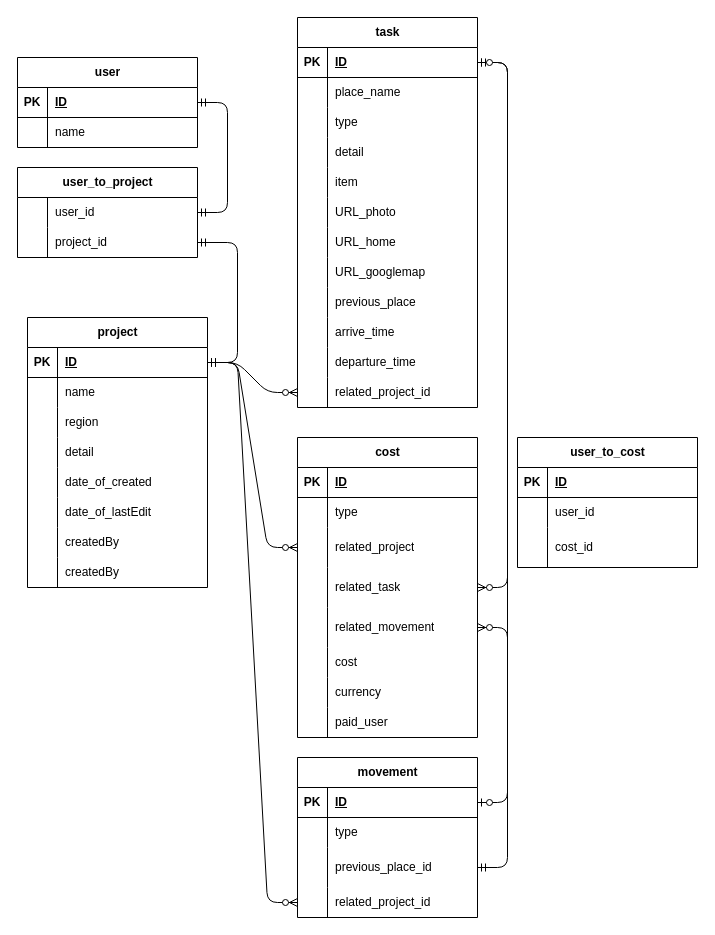
Above: db.drawio in KosukeHiramatsu/solo-MVP (draw.io), before the change. Source tidied: cells renumbered, new cells numbered last; positions are measured from the earlier drawing's top-left corner, leaving out a move shared by most shapes. Both pictures are drawn from the tidied source at 100%, with x=0, y=0 at pixel (17, 17).
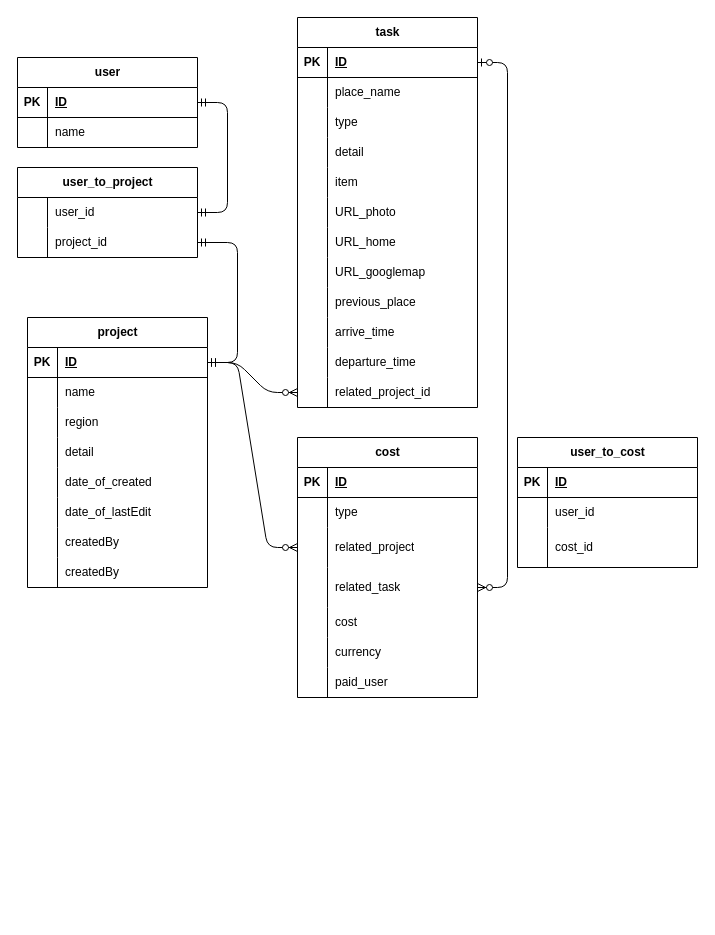
The same diagram, later.

The change refers to these unchanged cells:
```xml
<mxCell id="3" style="shape=tableRow;horizontal=0;startSize=0;swimlaneHead=0;swimlaneBody=0;fillColor=none;points=[[0,0.5],[1,0.5]];portConstraint=eastwest;top=0;left=0;right=0;bottom=1;" parent="2" vertex="1">
  <mxGeometry y="30" width="180" height="30" as="geometry" />
</mxCell>
<mxCell id="28" style="shape=tableRow;horizontal=0;startSize=0;swimlaneHead=0;swimlaneBody=0;fillColor=none;points=[[0,0.5],[1,0.5]];portConstraint=eastwest;top=0;left=0;right=0;bottom=1;" parent="27" vertex="1">
  <mxGeometry y="30" width="180" height="30" as="geometry" />
</mxCell>
```

Diff of the diagram source:
```diff
@@
-    <mxCell id="64" value="movement" style="shape=table;startSize=30;childLayout=tableLayout;rowLines=0;fontStyle=1;align=center;html=1;" parent="1" vertex="1">
-      <mxGeometry x="280" y="740" width="180" height="160" as="geometry" />
-    </mxCell>
-    <mxCell id="65" style="shape=tableRow;horizontal=0;startSize=0;swimlaneHead=0;swimlaneBody=0;fillColor=none;points=[[0,0.5],[1,0.5]];portConstraint=eastwest;top=0;left=0;right=0;bottom=1;" parent="64" vertex="1">
-      <mxGeometry y="30" width="180" height="30" as="geometry" />
-    </mxCell>
-    <mxCell id="66" value="PK" style="shape=partialRectangle;fillColor=none;top=0;left=0;bottom=0;right=0;fontStyle=1;overflow=hidden;whiteSpace=wrap;html=1;" parent="65" vertex="1">
-      <mxGeometry width="30" height="30" as="geometry" />
-    </mxCell>
-    <mxCell id="67" value="ID" style="shape=partialRectangle;fillColor=none;top=0;left=0;bottom=0;right=0;align=left;spacingLeft=6;fontStyle=5;overflow=hidden;whiteSpace=wrap;html=1;" parent="65" vertex="1">
-      <mxGeometry x="30" width="150" height="30" as="geometry" />
-    </mxCell>
-    <mxCell id="68" style="shape=tableRow;horizontal=0;startSize=0;swimlaneHead=0;swimlaneBody=0;fillColor=none;top=0;left=0;right=0;bottom=0;" parent="64" vertex="1">
-      <mxGeometry y="60" width="180" height="30" as="geometry" />
-    </mxCell>
-    <mxCell id="69" style="shape=partialRectangle;fillColor=none;top=0;left=0;bottom=0;right=0;overflow=hidden;whiteSpace=wrap;html=1;" parent="68" vertex="1">
-      <mxGeometry width="30" height="30" as="geometry" />
-    </mxCell>
-    <mxCell id="70" value="type" style="shape=partialRectangle;fillColor=none;top=0;left=0;bottom=0;right=0;align=left;spacingLeft=6;overflow=hidden;whiteSpace=wrap;html=1;" parent="68" vertex="1">
-      <mxGeometry x="30" width="150" height="30" as="geometry" />
-    </mxCell>
-    <mxCell id="71" style="shape=tableRow;horizontal=0;startSize=0;swimlaneHead=0;swimlaneBody=0;fillColor=none;points=[[0,0.5],[1,0.5]];portConstraint=eastwest;top=0;left=0;right=0;bottom=0;" parent="64" vertex="1">
-      <mxGeometry y="90" width="180" height="40" as="geometry" />
-    </mxCell>
-    <mxCell id="72" style="shape=partialRectangle;fillColor=none;top=0;left=0;bottom=0;right=0;overflow=hidden;whiteSpace=wrap;html=1;" parent="71" vertex="1">
-      <mxGeometry width="30" height="40" as="geometry" />
-    </mxCell>
-    <mxCell id="73" value="&lt;span style=&quot;color: rgb(0, 0, 0);&quot;&gt;previous_place_id&lt;/span&gt;" style="shape=partialRectangle;fillColor=none;top=0;left=0;bottom=0;right=0;align=left;spacingLeft=6;overflow=hidden;whiteSpace=wrap;html=1;" parent="71" vertex="1">
-      <mxGeometry x="30" width="150" height="40" as="geometry" />
-    </mxCell>
-    <mxCell id="74" style="shape=tableRow;horizontal=0;startSize=0;swimlaneHead=0;swimlaneBody=0;fillColor=none;points=[[0,0.5],[1,0.5]];portConstraint=eastwest;top=0;left=0;right=0;bottom=0;" parent="64" vertex="1">
-      <mxGeometry y="130" width="180" height="30" as="geometry" />
-    </mxCell>
-    <mxCell id="75" style="shape=partialRectangle;fillColor=none;top=0;left=0;bottom=0;right=0;overflow=hidden;whiteSpace=wrap;html=1;" parent="74" vertex="1">
-      <mxGeometry width="30" height="30" as="geometry" />
-    </mxCell>
-    <mxCell id="76" value="related_project_id" style="shape=partialRectangle;fillColor=none;top=0;left=0;bottom=0;right=0;align=left;spacingLeft=6;overflow=hidden;whiteSpace=wrap;html=1;" parent="74" vertex="1">
-      <mxGeometry x="30" width="150" height="30" as="geometry" />
-    </mxCell>
     <mxCell id="77" value="cost" style="shape=table;startSize=30;childLayout=tableLayout;rowLines=0;fontStyle=1;align=center;html=1;" parent="1" vertex="1">
-      <mxGeometry x="280" y="420" width="180" height="300" as="geometry" />
+      <mxGeometry x="280" y="420" width="180" height="260" as="geometry" />
     </mxCell>
@@
-    <mxCell id="90" style="shape=tableRow;horizontal=0;startSize=0;swimlaneHead=0;swimlaneBody=0;fillColor=none;points=[[0,0.5],[1,0.5]];portConstraint=eastwest;top=0;left=0;right=0;bottom=0;" parent="77" vertex="1">
-      <mxGeometry y="170" width="180" height="40" as="geometry" />
-    </mxCell>
-    <mxCell id="91" style="shape=partialRectangle;fillColor=none;top=0;left=0;bottom=0;right=0;overflow=hidden;whiteSpace=wrap;html=1;" parent="90" vertex="1">
-      <mxGeometry width="30" height="40" as="geometry" />
-    </mxCell>
-    <mxCell id="92" value="&lt;span style=&quot;color: rgb(0, 0, 0);&quot;&gt;related_movement&lt;/span&gt;" style="shape=partialRectangle;fillColor=none;top=0;left=0;bottom=0;right=0;align=left;spacingLeft=6;overflow=hidden;whiteSpace=wrap;html=1;" parent="90" vertex="1">
-      <mxGeometry x="30" width="150" height="40" as="geometry" />
-    </mxCell>
     <mxCell id="93" style="shape=tableRow;horizontal=0;startSize=0;swimlaneHead=0;swimlaneBody=0;fillColor=none;top=0;left=0;right=0;bottom=0;" parent="77" vertex="1">
-      <mxGeometry y="210" width="180" height="30" as="geometry" />
+      <mxGeometry y="170" width="180" height="30" as="geometry" />
     </mxCell>
@@
     <mxCell id="96" style="shape=tableRow;horizontal=0;startSize=0;swimlaneHead=0;swimlaneBody=0;fillColor=none;top=0;left=0;right=0;bottom=0;" parent="77" vertex="1">
-      <mxGeometry y="240" width="180" height="30" as="geometry" />
+      <mxGeometry y="200" width="180" height="30" as="geometry" />
     </mxCell>
@@
     <mxCell id="99" style="shape=tableRow;horizontal=0;startSize=0;swimlaneHead=0;swimlaneBody=0;fillColor=none;top=0;left=0;right=0;bottom=0;" parent="77" vertex="1">
-      <mxGeometry y="270" width="180" height="30" as="geometry" />
+      <mxGeometry y="230" width="180" height="30" as="geometry" />
     </mxCell>
@@
-    <mxCell id="103" style="edgeStyle=entityRelationEdgeStyle;fontSize=12;html=1;endArrow=ERmandOne;startArrow=ERmandOne;exitX=1;exitY=0.5;exitDx=0;exitDy=0;entryX=1;entryY=0.5;entryDx=0;entryDy=0;" parent="1" edge="1" source="28" target="71">
-      <mxGeometry relative="1" as="geometry" />
-    </mxCell>
@@
-    <mxCell id="106" style="edgeStyle=entityRelationEdgeStyle;fontSize=12;html=1;endArrow=ERzeroToMany;startArrow=ERzeroToOne;exitX=1;exitY=0.5;exitDx=0;exitDy=0;entryX=1;entryY=0.5;entryDx=0;entryDy=0;" parent="1" edge="1" source="65" target="90">
-      <mxGeometry relative="1" as="geometry">
-        <Array as="points">
-          <mxPoint x="530" y="700" />
-        </Array>
-      </mxGeometry>
-    </mxCell>
-    <mxCell id="107" style="edgeStyle=entityRelationEdgeStyle;fontSize=12;html=1;endArrow=ERzeroToMany;startArrow=ERmandOne;exitX=1;exitY=0.5;exitDx=0;exitDy=0;entryX=0;entryY=0.5;entryDx=0;entryDy=0;" parent="1" edge="1" source="3" target="74">
-      <mxGeometry relative="1" as="geometry" />
-    </mxCell>
```
